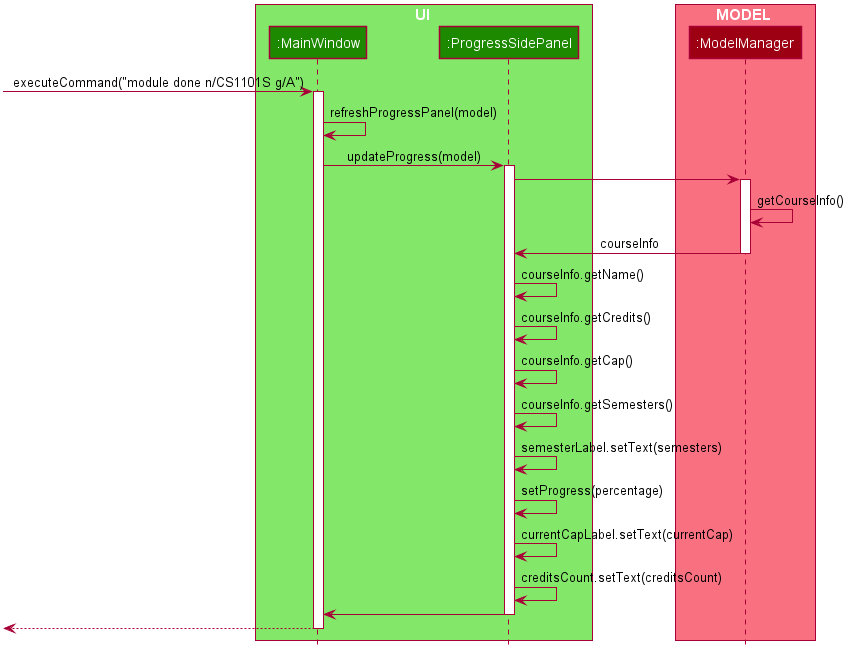
The PlantUML diagram images/developer-guide/ProgressPanelUpdateProgress.png in AY1920S2-CS2103T-F09-3/main, before a commit. The source it was exported from:
```plantuml
@startuml










skinparam BackgroundColor #FFFFFFF

skinparam Shadowing false

skinparam Class {
    FontColor #FFFFFF
    BorderThickness 1
    BorderColor #FFFFFF
    StereotypeFontColor #FFFFFF
    FontName Arial
}

skinparam Actor {
    BorderColor #000000
    Color #000000
    FontName Arial
}

skinparam Sequence {
    MessageAlign center
    BoxFontSize 15
    BoxPadding 0
    BoxFontColor #FFFFFF
    FontName Arial
}

skinparam Participant {
    FontColor #FFFFFFF
    Padding 20
}

skinparam MinClassWidth 50
skinparam ParticipantPadding 10
skinparam Shadowing false
skinparam DefaultTextAlignment center
skinparam packageStyle Rectangle

hide footbox
hide members
hide circle

box UI #83E769
participant ":MainWindow" as MainWindow #1D8900
participant ":ProgressSidePanel" as ProgressSidePanel #1D8900
end box

box MODEL #F97181
participant ":ModelManager" as ModelManager #9D0012
end box

[-> MainWindow : executeCommand("module done n/CS1101S g/A")
activate MainWindow

MainWindow -> MainWindow : refreshProgressPanel(model)

MainWindow -> ProgressSidePanel : updateProgress(model)
activate ProgressSidePanel

ProgressSidePanel -> ModelManager :
activate ModelManager

ModelManager -> ModelManager : getCourseInfo()

ModelManager -> ProgressSidePanel : courseInfo
deactivate ModelManager

ProgressSidePanel -> ProgressSidePanel : courseInfo.getName()
ProgressSidePanel -> ProgressSidePanel : courseInfo.getCredits()
ProgressSidePanel -> ProgressSidePanel : courseInfo.getCap()
ProgressSidePanel -> ProgressSidePanel : courseInfo.getSemesters()

ProgressSidePanel -> ProgressSidePanel : semesterLabel.setText(semesters)
ProgressSidePanel -> ProgressSidePanel : setProgress(percentage)
ProgressSidePanel -> ProgressSidePanel : currentCapLabel.setText(currentCap)
ProgressSidePanel -> ProgressSidePanel : creditsCount.setText(creditsCount)

ProgressSidePanel -> MainWindow
deactivate

[<-- MainWindow
deactivate MainWindow
@enduml
```
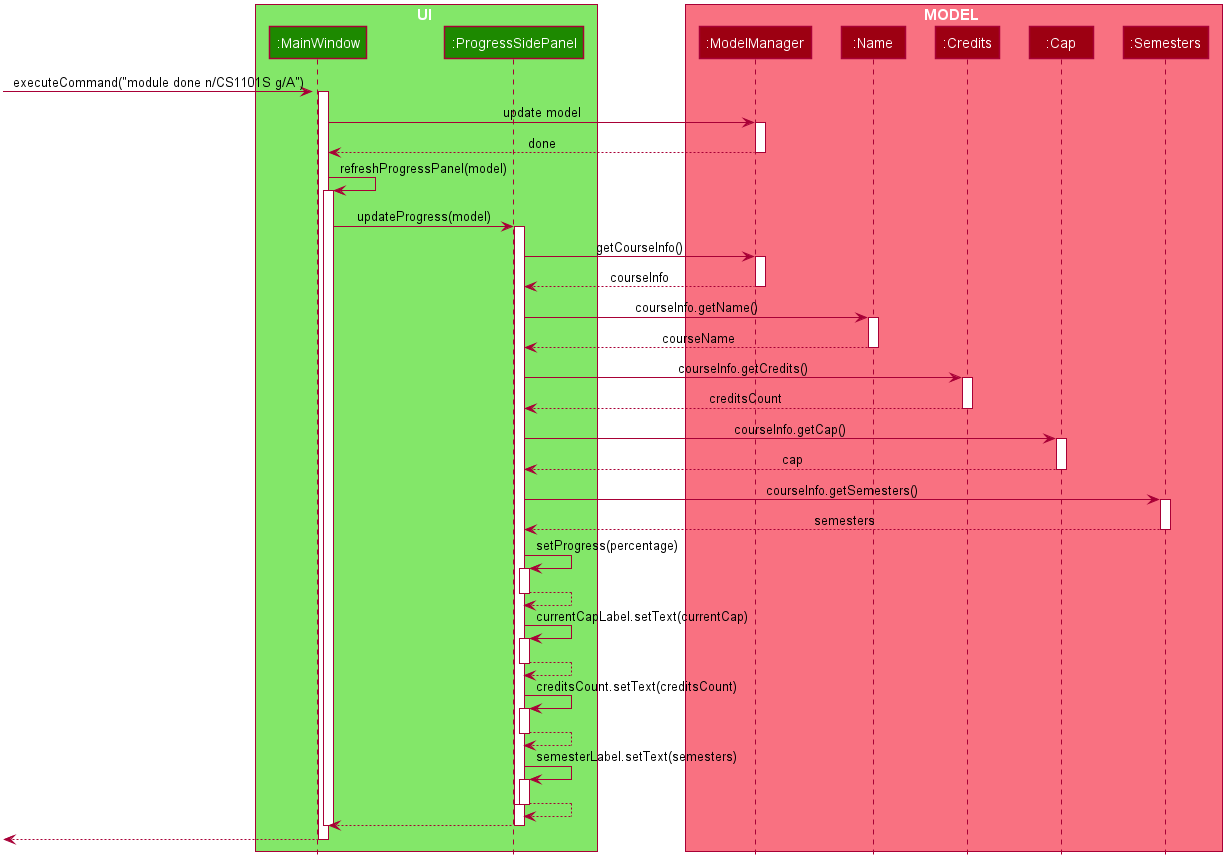
The same file after the commit.

Diff of the diagram source:
```diff
@@ -49,6 +49,7 @@
 hide footbox
 hide members
 hide circle
+autoactivate on
 
 box UI #83E769
 participant ":MainWindow" as MainWindow #1D8900
@@ -57,35 +58,57 @@
 
 box MODEL #F97181
 participant ":ModelManager" as ModelManager #9D0012
+participant ":Name" as Name #9D0012
+participant ":Credits" as Credits #9D0012
+participant ":Cap" as Cap #9D0012
+participant ":Semesters" as Semesters #9D0012
 end box
 
 [-> MainWindow : executeCommand("module done n/CS1101S g/A")
 activate MainWindow
+
+MainWindow -> ModelManager : update model
+activate ModelManager
+return done
+deactivate ModelManager
 
 MainWindow -> MainWindow : refreshProgressPanel(model)
 
 MainWindow -> ProgressSidePanel : updateProgress(model)
 activate ProgressSidePanel
 
-ProgressSidePanel -> ModelManager :
+ProgressSidePanel -> ModelManager : getCourseInfo()
 activate ModelManager
+return courseInfo
+deactivate
 
-ModelManager -> ModelManager : getCourseInfo()
+ProgressSidePanel -> Name : courseInfo.getName()
+return courseName
 
-ModelManager -> ProgressSidePanel : courseInfo
-deactivate ModelManager
+ProgressSidePanel -> Credits : courseInfo.getCredits()
+return creditsCount
 
-ProgressSidePanel -> ProgressSidePanel : courseInfo.getName()
-ProgressSidePanel -> ProgressSidePanel : courseInfo.getCredits()
-ProgressSidePanel -> ProgressSidePanel : courseInfo.getCap()
-ProgressSidePanel -> ProgressSidePanel : courseInfo.getSemesters()
+ProgressSidePanel -> Cap : courseInfo.getCap()
+return cap
+
+ProgressSidePanel -> Semesters : courseInfo.getSemesters()
+return semesters
+
+ProgressSidePanel -> ProgressSidePanel : setProgress(percentage)
+return
+
+ProgressSidePanel -> ProgressSidePanel : currentCapLabel.setText(currentCap)
+return
+
+ProgressSidePanel -> ProgressSidePanel : creditsCount.setText(creditsCount)
+return
 
 ProgressSidePanel -> ProgressSidePanel : semesterLabel.setText(semesters)
-ProgressSidePanel -> ProgressSidePanel : setProgress(percentage)
-ProgressSidePanel -> ProgressSidePanel : currentCapLabel.setText(currentCap)
-ProgressSidePanel -> ProgressSidePanel : creditsCount.setText(creditsCount)
+return
 
-ProgressSidePanel -> MainWindow
+deactivate ProgressSidePanel
+return
+
 deactivate
 
 [<-- MainWindow
```
